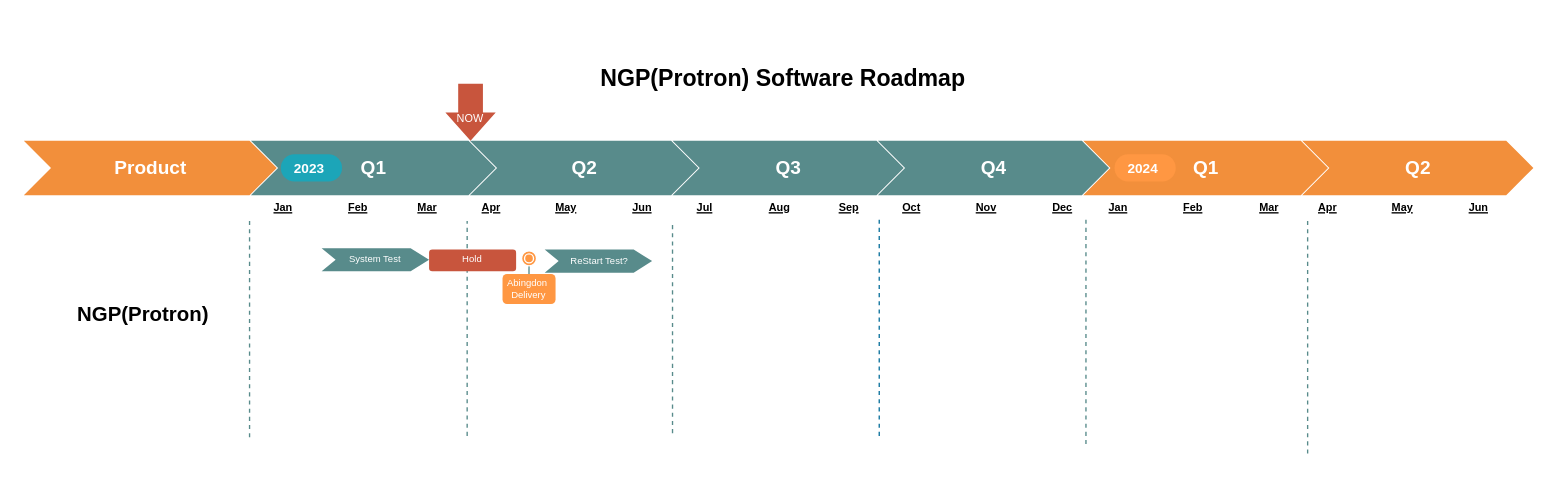
Above: page "Protron" (5 of 8) of 0.Project Roadmap.drawio in EdwardsKorea/CommonDrawIO (draw.io), before the change. Source tidied: cells renumbered, new cells numbered last; positions are measured from the earlier drawing's top-left corner, leaving out a move shared by most shapes. Both pictures are drawn from the tidied source at 136%, with x=0, y=0 at pixel (23, 58).
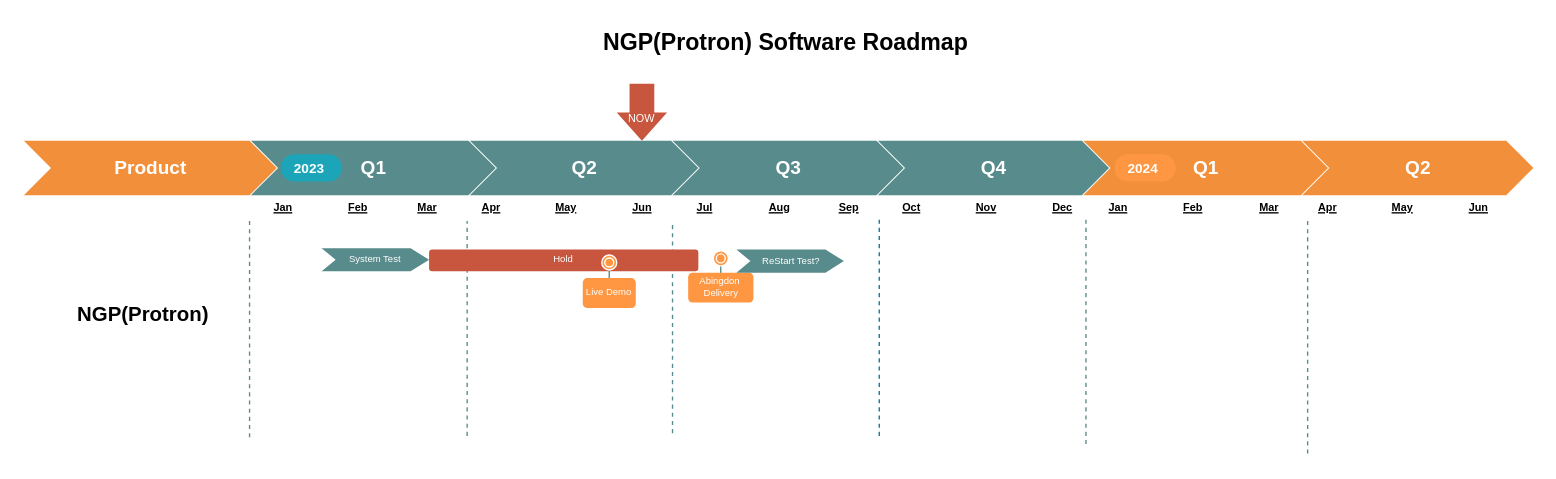
After the change.

Change to the diagram source:
```diff
@@
     <mxCell id="9" value="NGP(Protron) Software Roadmap" style="text;html=1;strokeColor=none;fillColor=none;align=center;verticalAlign=middle;whiteSpace=wrap;rounded=0;fontSize=17;fontStyle=1;" parent="1" vertex="1">
-      <mxGeometry x="394" width="329" height="30" as="geometry" />
+      <mxGeometry x="396" y="-26" width="329" height="30" as="geometry" />
     </mxCell>
     <mxCell id="10" value="&lt;br&gt;NOW" style="shape=singleArrow;direction=south;whiteSpace=wrap;html=1;labelBackgroundColor=none;strokeColor=none;fontFamily=Helvetica;fontSize=8;fontColor=#FFFFFF;fillColor=#c8553d;arrowWidth=0.4911463187325298;arrowSize=0.49521072796935545;" parent="1" vertex="1">
-      <mxGeometry x="310" y="18" width="37" height="42" as="geometry" />
+      <mxGeometry x="436" y="18" width="37" height="42" as="geometry" />
     </mxCell>
@@
     <mxCell id="39" style="edgeStyle=orthogonalEdgeStyle;curved=1;jettySize=auto;html=1;entryX=0.499;entryY=0.056;entryDx=0;entryDy=0;entryPerimeter=0;strokeColor=#588b8b;strokeWidth=1;fontFamily=Helvetica;fontSize=8;fontColor=#FFFFFF;endArrow=none;endFill=0;" parent="1" edge="1" source="40" target="41">
       <mxGeometry relative="1" as="geometry">
         <Array as="points">
-          <mxPoint x="371.5" y="153" />
-          <mxPoint x="371.5" y="153" />
+          <mxPoint x="512.5" y="153" />
+          <mxPoint x="512.5" y="153" />
         </Array>
       </mxGeometry>
     </mxCell>
     <mxCell id="40" style="ellipse;shape=doubleEllipse;whiteSpace=wrap;html=1;labelBackgroundColor=none;strokeColor=#FFFFFF;fontFamily=Helvetica;fontSize=10;fontColor=#FFFFFF;fillColor=#FF9742;" parent="1" vertex="1">
-      <mxGeometry x="366" y="141" width="11" height="11" as="geometry" />
+      <mxGeometry x="507" y="141" width="11" height="11" as="geometry" />
     </mxCell>
     <mxCell id="41" value="Abingdon&amp;nbsp; Delivery" style="rounded=1;whiteSpace=wrap;html=1;labelBackgroundColor=none;strokeColor=none;fontFamily=Helvetica;fontSize=7;fontColor=#FFFFFF;fillColor=#FF9742;" parent="1" vertex="1">
-      <mxGeometry x="352" y="158" width="39" height="22" as="geometry" />
+      <mxGeometry x="488.5" y="157" width="48" height="22" as="geometry" />
     </mxCell>
     <mxCell id="42" value="Hold" style="rounded=1;whiteSpace=wrap;html=1;labelBackgroundColor=none;strokeColor=none;fontFamily=Helvetica;fontSize=7;fontColor=#FFFFFF;fillColor=#C8553d;" parent="1" vertex="1">
-      <mxGeometry x="298" y="140" width="64" height="16" as="geometry" />
+      <mxGeometry x="298" y="140" width="198" height="16" as="geometry" />
     </mxCell>
     <mxCell id="43" value="ReStart Test?" style="html=1;shape=mxgraph.infographic.ribbonSimple;notch1=10.29;notch2=13.57;fillColor=#588b8b;strokeColor=none;align=center;verticalAlign=middle;fontColor=#ffffff;fontSize=7;fontStyle=0;rounded=0;" parent="1" vertex="1">
-      <mxGeometry x="383" y="140" width="79" height="17" as="geometry" />
+      <mxGeometry x="524" y="140" width="79" height="17" as="geometry" />
     </mxCell>
+    <mxCell id="44" style="edgeStyle=orthogonalEdgeStyle;curved=1;jettySize=auto;html=1;entryX=0.499;entryY=0.056;entryDx=0;entryDy=0;entryPerimeter=0;strokeColor=#588b8b;strokeWidth=1;fontFamily=Helvetica;fontSize=8;fontColor=#FFFFFF;endArrow=none;endFill=0;" parent="1" edge="1" source="45" target="46">
+      <mxGeometry relative="1" as="geometry">
+        <Array as="points">
+          <mxPoint x="430.5" y="156" />
+          <mxPoint x="430.5" y="156" />
+        </Array>
+      </mxGeometry>
+    </mxCell>
+    <mxCell id="45" style="ellipse;shape=doubleEllipse;whiteSpace=wrap;html=1;labelBackgroundColor=none;strokeColor=#FFFFFF;fontFamily=Helvetica;fontSize=10;fontColor=#FFFFFF;fillColor=#FF9742;" parent="1" vertex="1">
+      <mxGeometry x="425" y="144" width="11" height="11" as="geometry" />
+    </mxCell>
+    <mxCell id="46" value="Live Demo" style="rounded=1;whiteSpace=wrap;html=1;labelBackgroundColor=none;strokeColor=none;fontFamily=Helvetica;fontSize=7;fontColor=#FFFFFF;fillColor=#FF9742;" parent="1" vertex="1">
+      <mxGeometry x="411" y="161" width="39" height="22" as="geometry" />
+    </mxCell>
```
